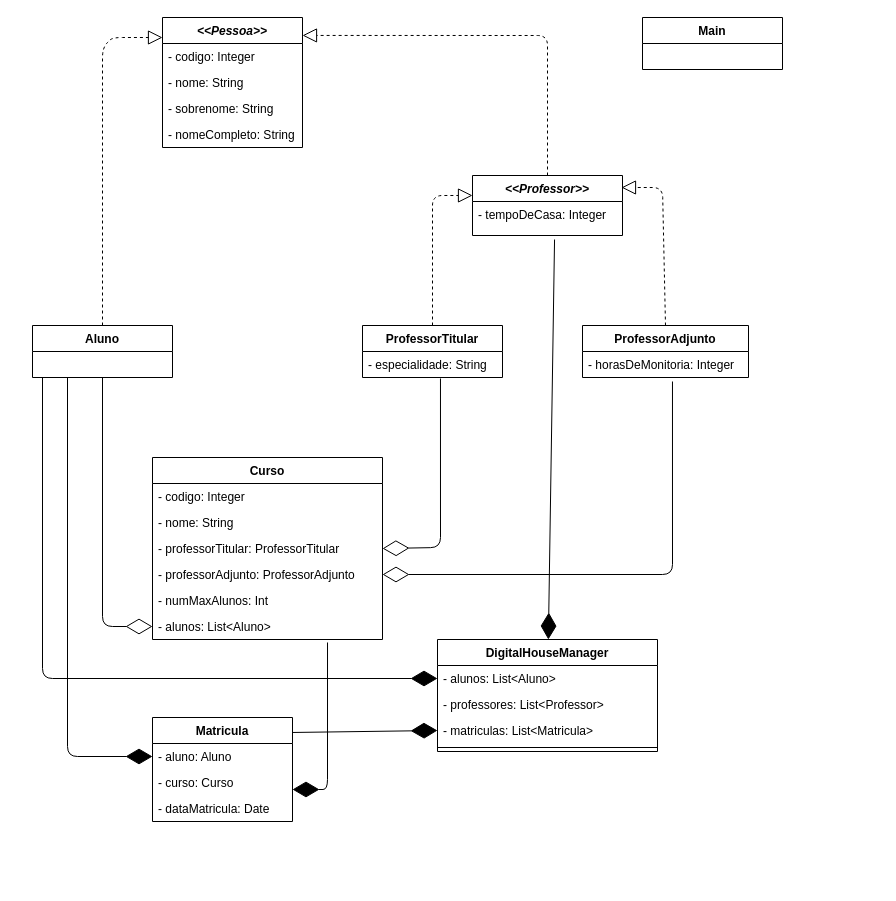
abraaofaco/desafio-oop-kotlin-dh keeps this draw.io diagram as Diagrama.drawio. Above is the earlier version. Source tidied: cells renumbered, new cells numbered last; positions are measured from the earlier drawing's top-left corner, leaving out a move shared by most shapes. Both pictures are drawn from the tidied source at 100%, with x=0, y=0 at pixel (32, 17).
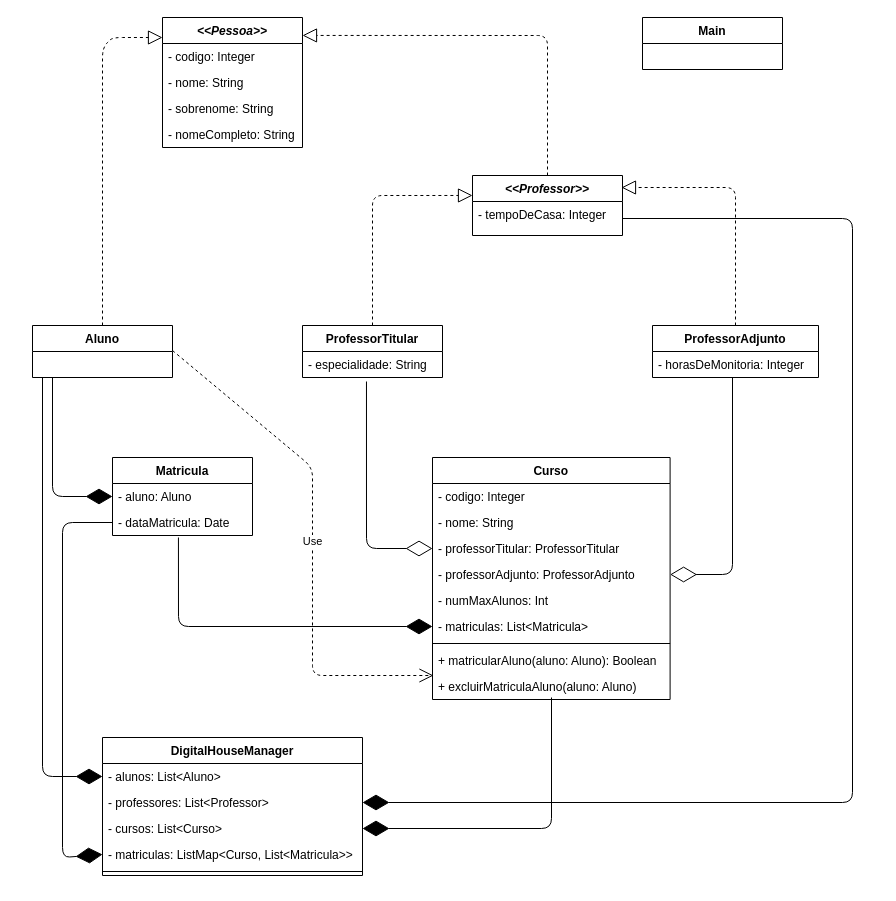
The same diagram, later.

Commit message:
Ajusta diagrama de classe

The change refers to these unchanged cells:
```xml
<mxCell id="24" value="- horasDeMonitoria: Integer" style="text;strokeColor=none;fillColor=none;align=left;verticalAlign=top;spacingLeft=4;spacingRight=4;overflow=hidden;points=[[0,0.5],[1,0.5]];portConstraint=eastwest;" parent="23" vertex="1">
  <mxGeometry y="26" width="166" height="26" as="geometry" />
</mxCell>
```

The edit, as a diff of the source:
```diff
@@
     <mxCell id="10" style="endArrow=block;dashed=1;endFill=0;endSize=12;html=1;exitX=0.5;exitY=0;exitDx=0;exitDy=0;entryX=0;entryY=0.333;entryDx=0;entryDy=0;entryPerimeter=0;" parent="1" edge="1" source="19" target="21">
       <mxGeometry relative="1" as="geometry">
         <Array as="points">
-          <mxPoint x="400" y="178" />
+          <mxPoint x="340" y="178" />
         </Array>
       </mxGeometry>
     </mxCell>
     <mxCell id="11" style="endArrow=block;dashed=1;endFill=0;endSize=12;html=1;exitX=0.5;exitY=0;exitDx=0;exitDy=0;" parent="1" edge="1" source="23">
       <mxGeometry relative="1" as="geometry">
         <mxPoint x="589" y="170" as="targetPoint" />
         <Array as="points">
-          <mxPoint x="630" y="170" />
+          <mxPoint x="703" y="170" />
         </Array>
       </mxGeometry>
     </mxCell>
+    <mxCell id="21" value="&lt;&lt;Professor&gt;&gt;" style="swimlane;fontStyle=3;horizontal=1;startSize=26;fillColor=none;" parent="1" vertex="1">
+      <mxGeometry x="440" y="158" width="150" height="60" as="geometry" />
+    </mxCell>
+    <mxCell id="22" value="- tempoDeCasa: Integer" style="text;strokeColor=none;fillColor=none;align=left;verticalAlign=top;spacingLeft=4;spacingRight=4;overflow=hidden;points=[[0,0.5],[1,0.5]];portConstraint=eastwest;" parent="21" vertex="1">
+      <mxGeometry y="26" width="150" height="34" as="geometry" />
+    </mxCell>
+    <mxCell id="26" value="Aluno" style="swimlane;fontStyle=1;horizontal=1;startSize=26;fillColor=none;" parent="1" vertex="1">
+      <mxGeometry y="308" width="140" height="52" as="geometry" />
+    </mxCell>
+    <mxCell id="43" style="endArrow=diamondThin;endFill=1;endSize=24;html=1;entryX=0;entryY=0.5;entryDx=0;entryDy=0;" parent="1" edge="1" target="28">
+      <mxGeometry relative="1" as="geometry">
+        <mxPoint x="20" y="360" as="sourcePoint" />
+        <Array as="points">
+          <mxPoint x="20" y="479" />
+        </Array>
+      </mxGeometry>
+    </mxCell>
+    <mxCell id="44" style="endArrow=diamondThin;endFill=1;endSize=24;html=1;entryX=0;entryY=0.5;entryDx=0;entryDy=0;exitX=0.471;exitY=1.077;exitDx=0;exitDy=0;exitPerimeter=0;" parent="1" edge="1" source="30" target="18">
+      <mxGeometry relative="1" as="geometry">
+        <Array as="points">
+          <mxPoint x="146" y="609" />
+        </Array>
+      </mxGeometry>
+    </mxCell>
+    <mxCell id="27" value="Matricula" style="swimlane;fontStyle=1;horizontal=1;startSize=26;fillColor=none;" parent="1" vertex="1">
+      <mxGeometry x="80" y="440" width="140" height="78" as="geometry" />
+    </mxCell>
+    <mxCell id="28" value="- aluno: Aluno" style="text;strokeColor=none;fillColor=none;align=left;verticalAlign=top;spacingLeft=4;spacingRight=4;overflow=hidden;points=[[0,0.5],[1,0.5]];portConstraint=eastwest;" parent="27" vertex="1">
+      <mxGeometry y="26" width="140" height="26" as="geometry" />
+    </mxCell>
+    <mxCell id="30" value="- dataMatricula: Date" style="text;strokeColor=none;fillColor=none;align=left;verticalAlign=top;spacingLeft=4;spacingRight=4;overflow=hidden;points=[[0,0.5],[1,0.5]];portConstraint=eastwest;" parent="27" vertex="1">
+      <mxGeometry y="52" width="140" height="26" as="geometry" />
+    </mxCell>
-    <mxCell id="12" value="Curso" style="swimlane;fontStyle=1;horizontal=1;startSize=26;fillColor=none;" parent="1" vertex="1">
-      <mxGeometry x="120" y="440" width="230" height="182" as="geometry" />
+    <mxCell id="12" value="Curso" style="swimlane;fontStyle=1;align=center;verticalAlign=top;horizontal=1;startSize=26;" parent="1" vertex="1">
+      <mxGeometry x="400" y="440" width="237.6" height="242" as="geometry" />
     </mxCell>
     <mxCell id="13" value="- codigo: Integer" style="text;strokeColor=none;fillColor=none;align=left;verticalAlign=top;spacingLeft=4;spacingRight=4;overflow=hidden;" parent="12" vertex="1">
-      <mxGeometry y="26" width="230" height="26" as="geometry" />
+      <mxGeometry y="26" width="237.6" height="26" as="geometry" />
     </mxCell>
     <mxCell id="14" value="- nome: String" style="text;strokeColor=none;fillColor=none;align=left;verticalAlign=top;spacingLeft=4;spacingRight=4;overflow=hidden;" parent="12" vertex="1">
-      <mxGeometry y="52" width="230" height="26" as="geometry" />
+      <mxGeometry y="52" width="237.6" height="26" as="geometry" />
     </mxCell>
     <mxCell id="15" value="- professorTitular: ProfessorTitular" style="text;strokeColor=none;fillColor=none;align=left;verticalAlign=top;spacingLeft=4;spacingRight=4;overflow=hidden;points=[[0,0.5],[1,0.5]];portConstraint=eastwest;" parent="12" vertex="1">
-      <mxGeometry y="78" width="230" height="26" as="geometry" />
+      <mxGeometry y="78" width="237.6" height="26" as="geometry" />
     </mxCell>
     <mxCell id="16" value="- professorAdjunto: ProfessorAdjunto" style="text;strokeColor=none;fillColor=none;align=left;verticalAlign=top;spacingLeft=4;spacingRight=4;overflow=hidden;points=[[0,0.5],[1,0.5]];portConstraint=eastwest;" parent="12" vertex="1">
-      <mxGeometry y="104" width="230" height="26" as="geometry" />
+      <mxGeometry y="104" width="237.6" height="26" as="geometry" />
     </mxCell>
     <mxCell id="17" value="- numMaxAlunos: Int" style="text;strokeColor=none;fillColor=none;align=left;verticalAlign=top;spacingLeft=4;spacingRight=4;overflow=hidden;" parent="12" vertex="1">
-      <mxGeometry y="130" width="230" height="26" as="geometry" />
+      <mxGeometry y="130" width="237.6" height="26" as="geometry" />
     </mxCell>
-    <mxCell id="18" value="- alunos: List&lt;Aluno&gt;" style="text;strokeColor=none;fillColor=none;align=left;verticalAlign=top;spacingLeft=4;spacingRight=4;overflow=hidden;points=[[0,0.5],[1,0.5]];portConstraint=eastwest;" parent="12" vertex="1">
-      <mxGeometry y="156" width="230" height="26" as="geometry" />
+    <mxCell id="18" value="- matriculas: List&lt;Matricula&gt;" style="text;strokeColor=none;fillColor=none;align=left;verticalAlign=top;spacingLeft=4;spacingRight=4;overflow=hidden;points=[[0,0.5],[1,0.5]];portConstraint=eastwest;" parent="12" vertex="1">
+      <mxGeometry y="156" width="237.6" height="26" as="geometry" />
     </mxCell>
-    <mxCell id="19" value="ProfessorTitular" style="swimlane;fontStyle=1;horizontal=1;startSize=26;fillColor=none;" parent="1" vertex="1">
-      <mxGeometry x="330" y="308" width="140" height="52" as="geometry" />
-    </mxCell>
-    <mxCell id="20" value="- especialidade: String" style="text;strokeColor=none;fillColor=none;align=left;verticalAlign=top;spacingLeft=4;spacingRight=4;overflow=hidden;points=[[0,0.5],[1,0.5]];portConstraint=eastwest;" parent="19" vertex="1">
-      <mxGeometry y="26" width="140" height="26" as="geometry" />
-    </mxCell>
-    <mxCell id="21" value="&lt;&lt;Professor&gt;&gt;" style="swimlane;fontStyle=3;horizontal=1;startSize=26;fillColor=none;" parent="1" vertex="1">
-      <mxGeometry x="440" y="158" width="150" height="60" as="geometry" />
-    </mxCell>
-    <mxCell id="22" value="- tempoDeCasa: Integer" style="text;strokeColor=none;fillColor=none;align=left;verticalAlign=top;spacingLeft=4;spacingRight=4;overflow=hidden;points=[[0,0.5],[1,0.5]];portConstraint=eastwest;" parent="21" vertex="1">
-      <mxGeometry y="26" width="150" height="34" as="geometry" />
-    </mxCell>
+    <mxCell id="45" style="line;strokeWidth=1;fillColor=none;align=left;verticalAlign=middle;spacingTop=-1;spacingLeft=3;spacingRight=3;labelPosition=right;" parent="12" vertex="1">
+      <mxGeometry y="182" width="237.6" height="8" as="geometry" />
+    </mxCell>
+    <mxCell id="46" value="+ matricularAluno(aluno: Aluno): Boolean" style="text;strokeColor=none;fillColor=none;align=left;verticalAlign=top;spacingLeft=4;spacingRight=4;overflow=hidden;" parent="12" vertex="1">
+      <mxGeometry y="190" width="237.6" height="26" as="geometry" />
+    </mxCell>
+    <mxCell id="47" value="+ excluirMatriculaAluno(aluno: Aluno)" style="text;strokeColor=none;fillColor=none;align=left;verticalAlign=top;spacingLeft=4;spacingRight=4;overflow=hidden;points=[[0,0.5],[1,0.5]];portConstraint=eastwest;" parent="12" vertex="1">
+      <mxGeometry y="216" width="237.6" height="26" as="geometry" />
+    </mxCell>
+    <mxCell id="31" style="endArrow=diamondThin;endFill=0;endSize=24;html=1;entryX=0;entryY=0.5;entryDx=0;entryDy=0;exitX=0.457;exitY=1.154;exitDx=0;exitDy=0;exitPerimeter=0;" parent="1" edge="1" source="20" target="15">
+      <mxGeometry relative="1" as="geometry">
+        <Array as="points">
+          <mxPoint x="334" y="531" />
+        </Array>
+      </mxGeometry>
+    </mxCell>
+    <mxCell id="48" style="endArrow=diamondThin;endFill=0;endSize=24;html=1;entryX=1;entryY=0.5;entryDx=0;entryDy=0;" parent="1" edge="1" target="16">
+      <mxGeometry relative="1" as="geometry">
+        <mxPoint x="700" y="360" as="sourcePoint" />
+        <Array as="points">
+          <mxPoint x="700" y="557" />
+        </Array>
+      </mxGeometry>
+    </mxCell>
     <mxCell id="23" value="ProfessorAdjunto" style="swimlane;fontStyle=1;horizontal=1;startSize=26;fillColor=none;" parent="1" vertex="1">
-      <mxGeometry x="550" y="308" width="166" height="52" as="geometry" />
+      <mxGeometry x="620" y="308" width="166" height="52" as="geometry" />
     </mxCell>
@@
-    <mxCell id="25" style="endArrow=diamondThin;endFill=0;endSize=24;html=1;entryX=0;entryY=0.5;entryDx=0;entryDy=0;" parent="1" edge="1" target="18">
-      <mxGeometry relative="1" as="geometry">
-        <mxPoint x="70" y="360" as="sourcePoint" />
-        <Array as="points">
-          <mxPoint x="70" y="609" />
-        </Array>
-      </mxGeometry>
-    </mxCell>
-    <mxCell id="26" value="Aluno" style="swimlane;fontStyle=1;horizontal=1;startSize=26;fillColor=none;" parent="1" vertex="1">
-      <mxGeometry y="308" width="140" height="52" as="geometry" />
-    </mxCell>
-    <mxCell id="27" value="Matricula" style="swimlane;fontStyle=1;horizontal=1;startSize=26;fillColor=none;" parent="1" vertex="1">
-      <mxGeometry x="120" y="700" width="140" height="104" as="geometry" />
-    </mxCell>
-    <mxCell id="28" value="- aluno: Aluno" style="text;strokeColor=none;fillColor=none;align=left;verticalAlign=top;spacingLeft=4;spacingRight=4;overflow=hidden;points=[[0,0.5],[1,0.5]];portConstraint=eastwest;" parent="27" vertex="1">
-      <mxGeometry y="26" width="140" height="26" as="geometry" />
-    </mxCell>
-    <mxCell id="29" value="- curso: Curso" style="text;strokeColor=none;fillColor=none;align=left;verticalAlign=top;spacingLeft=4;spacingRight=4;overflow=hidden;points=[[0,0.5],[1,0.5]];portConstraint=eastwest;" parent="27" vertex="1">
-      <mxGeometry y="52" width="140" height="26" as="geometry" />
-    </mxCell>
-    <mxCell id="30" value="- dataMatricula: Date" style="text;strokeColor=none;fillColor=none;align=left;verticalAlign=top;spacingLeft=4;spacingRight=4;overflow=hidden;points=[[0,0.5],[1,0.5]];portConstraint=eastwest;" parent="27" vertex="1">
-      <mxGeometry y="78" width="140" height="26" as="geometry" />
-    </mxCell>
-    <mxCell id="31" style="endArrow=diamondThin;endFill=0;endSize=24;html=1;entryX=1;entryY=0.5;entryDx=0;entryDy=0;exitX=0.557;exitY=1.038;exitDx=0;exitDy=0;exitPerimeter=0;" parent="1" edge="1" source="20" target="15">
-      <mxGeometry relative="1" as="geometry">
-        <Array as="points">
-          <mxPoint x="408" y="530" />
-        </Array>
-      </mxGeometry>
-    </mxCell>
-    <mxCell id="32" style="endArrow=diamondThin;endFill=0;endSize=24;html=1;entryX=1;entryY=0.5;entryDx=0;entryDy=0;exitX=0.542;exitY=1.154;exitDx=0;exitDy=0;exitPerimeter=0;" parent="1" edge="1" source="24" target="16">
-      <mxGeometry relative="1" as="geometry">
-        <Array as="points">
-          <mxPoint x="640" y="557" />
-        </Array>
-      </mxGeometry>
-    </mxCell>
-    <mxCell id="33" style="endArrow=diamondThin;endFill=1;endSize=24;html=1;exitX=0.761;exitY=1.115;exitDx=0;exitDy=0;exitPerimeter=0;entryX=1;entryY=0.769;entryDx=0;entryDy=0;entryPerimeter=0;" parent="1" edge="1" source="18" target="29">
-      <mxGeometry relative="1" as="geometry">
-        <Array as="points">
-          <mxPoint x="295" y="772" />
-        </Array>
-      </mxGeometry>
-    </mxCell>
-    <mxCell id="34" style="endArrow=diamondThin;endFill=1;endSize=24;html=1;exitX=0.25;exitY=1;exitDx=0;exitDy=0;entryX=0;entryY=0.5;entryDx=0;entryDy=0;" parent="1" edge="1" source="26" target="28">
-      <mxGeometry relative="1" as="geometry">
-        <Array as="points">
-          <mxPoint x="35" y="739" />
-        </Array>
-      </mxGeometry>
-    </mxCell>
-    <mxCell id="35" style="endArrow=diamondThin;endFill=1;endSize=24;html=1;exitX=0.547;exitY=1.118;exitDx=0;exitDy=0;exitPerimeter=0;" parent="1" edge="1" source="22" target="37">
-      <mxGeometry relative="1" as="geometry" />
-    </mxCell>
-    <mxCell id="36" style="endArrow=diamondThin;endFill=1;endSize=24;html=1;entryX=0;entryY=0.5;entryDx=0;entryDy=0;exitX=1;exitY=0.144;exitDx=0;exitDy=0;exitPerimeter=0;" parent="1" edge="1" source="27" target="40">
-      <mxGeometry relative="1" as="geometry" />
-    </mxCell>
+    <mxCell id="49" value="Use" style="endArrow=open;endSize=12;dashed=1;html=1;exitX=1;exitY=0.481;exitDx=0;exitDy=0;exitPerimeter=0;entryX=0.004;entryY=0.077;entryDx=0;entryDy=0;entryPerimeter=0;" parent="1" edge="1" source="26" target="47">
+      <mxGeometry relative="1" as="geometry">
+        <Array as="points">
+          <mxPoint x="280" y="450" />
+          <mxPoint x="280" y="658" />
+        </Array>
+      </mxGeometry>
+    </mxCell>
     <mxCell id="37" value="DigitalHouseManager" style="swimlane;fontStyle=1;align=center;verticalAlign=top;horizontal=1;startSize=26;" parent="1" vertex="1">
-      <mxGeometry x="405" y="622" width="220" height="112" as="geometry" />
+      <mxGeometry x="70" y="720" width="260" height="138" as="geometry" />
     </mxCell>
     <mxCell id="38" value="- alunos: List&lt;Aluno&gt;" style="text;strokeColor=none;fillColor=none;align=left;verticalAlign=top;spacingLeft=4;spacingRight=4;overflow=hidden;points=[[0,0.5],[1,0.5]];portConstraint=eastwest;" parent="37" vertex="1">
-      <mxGeometry y="26" width="220" height="26" as="geometry" />
+      <mxGeometry y="26" width="260" height="26" as="geometry" />
     </mxCell>
     <mxCell id="39" value="- professores: List&lt;Professor&gt;" style="text;strokeColor=none;fillColor=none;align=left;verticalAlign=top;spacingLeft=4;spacingRight=4;overflow=hidden;points=[[0,0.5],[1,0.5]];portConstraint=eastwest;" parent="37" vertex="1">
-      <mxGeometry y="52" width="220" height="26" as="geometry" />
+      <mxGeometry y="52" width="260" height="26" as="geometry" />
     </mxCell>
+    <mxCell id="50" value="- cursos: List&lt;Curso&gt;" style="text;strokeColor=none;fillColor=none;align=left;verticalAlign=top;spacingLeft=4;spacingRight=4;overflow=hidden;points=[[0,0.5],[1,0.5]];portConstraint=eastwest;" parent="37" vertex="1">
+      <mxGeometry y="78" width="260" height="26" as="geometry" />
+    </mxCell>
-    <mxCell id="40" value="- matriculas: List&lt;Matricula&gt;" style="text;strokeColor=none;fillColor=none;align=left;verticalAlign=top;spacingLeft=4;spacingRight=4;overflow=hidden;points=[[0,0.5],[1,0.5]];portConstraint=eastwest;" parent="37" vertex="1">
-      <mxGeometry y="78" width="220" height="26" as="geometry" />
+    <mxCell id="40" value="- matriculas: ListMap&lt;Curso, List&lt;Matricula&gt;&gt;" style="text;strokeColor=none;fillColor=none;align=left;verticalAlign=top;spacingLeft=4;spacingRight=4;overflow=hidden;points=[[0,0.5],[1,0.5]];portConstraint=eastwest;" parent="37" vertex="1">
+      <mxGeometry y="104" width="260" height="26" as="geometry" />
     </mxCell>
     <mxCell id="41" style="line;strokeWidth=1;fillColor=none;align=left;verticalAlign=middle;spacingTop=-1;spacingLeft=3;spacingRight=3;labelPosition=right;" parent="37" vertex="1">
-      <mxGeometry y="104" width="220" height="8" as="geometry" />
+      <mxGeometry y="130" width="260" height="8" as="geometry" />
     </mxCell>
-    <mxCell id="42" style="endArrow=diamondThin;endFill=1;endSize=24;html=1;entryX=0;entryY=0.5;entryDx=0;entryDy=0;" parent="1" edge="1" target="38">
-      <mxGeometry relative="1" as="geometry">
-        <mxPoint x="10" y="360" as="sourcePoint" />
-        <Array as="points">
-          <mxPoint x="10" y="661" />
-        </Array>
-      </mxGeometry>
-    </mxCell>
+    <mxCell id="19" value="ProfessorTitular" style="swimlane;fontStyle=1;horizontal=1;startSize=26;fillColor=none;" parent="1" vertex="1">
+      <mxGeometry x="270" y="308" width="140" height="52" as="geometry" />
+    </mxCell>
+    <mxCell id="20" value="- especialidade: String" style="text;strokeColor=none;fillColor=none;align=left;verticalAlign=top;spacingLeft=4;spacingRight=4;overflow=hidden;points=[[0,0.5],[1,0.5]];portConstraint=eastwest;" parent="19" vertex="1">
+      <mxGeometry y="26" width="140" height="26" as="geometry" />
+    </mxCell>
+    <mxCell id="51" style="endArrow=diamondThin;endFill=1;endSize=24;html=1;entryX=1;entryY=0.5;entryDx=0;entryDy=0;exitX=1;exitY=0.5;exitDx=0;exitDy=0;" parent="1" edge="1" source="22" target="39">
+      <mxGeometry relative="1" as="geometry">
+        <Array as="points">
+          <mxPoint x="820" y="201" />
+          <mxPoint x="820" y="785" />
+        </Array>
+      </mxGeometry>
+    </mxCell>
+    <mxCell id="52" style="endArrow=diamondThin;endFill=1;endSize=24;html=1;entryX=0;entryY=0.5;entryDx=0;entryDy=0;" parent="1" edge="1" target="38">
+      <mxGeometry relative="1" as="geometry">
+        <mxPoint x="10" y="360" as="sourcePoint" />
+        <Array as="points">
+          <mxPoint x="10" y="759" />
+        </Array>
+      </mxGeometry>
+    </mxCell>
+    <mxCell id="53" style="endArrow=diamondThin;endFill=1;endSize=24;html=1;entryX=1;entryY=0.5;entryDx=0;entryDy=0;" parent="1" edge="1" target="50">
+      <mxGeometry relative="1" as="geometry">
+        <mxPoint x="519" y="680" as="sourcePoint" />
+        <Array as="points">
+          <mxPoint x="519" y="811" />
+        </Array>
+      </mxGeometry>
+    </mxCell>
+    <mxCell id="54" style="endArrow=diamondThin;endFill=1;endSize=24;html=1;entryX=0;entryY=0.5;entryDx=0;entryDy=0;exitX=0;exitY=0.5;exitDx=0;exitDy=0;" parent="1" edge="1" source="30" target="40">
+      <mxGeometry relative="1" as="geometry">
+        <Array as="points">
+          <mxPoint x="30" y="505" />
+          <mxPoint x="30" y="840" />
+        </Array>
+      </mxGeometry>
+    </mxCell>
```
